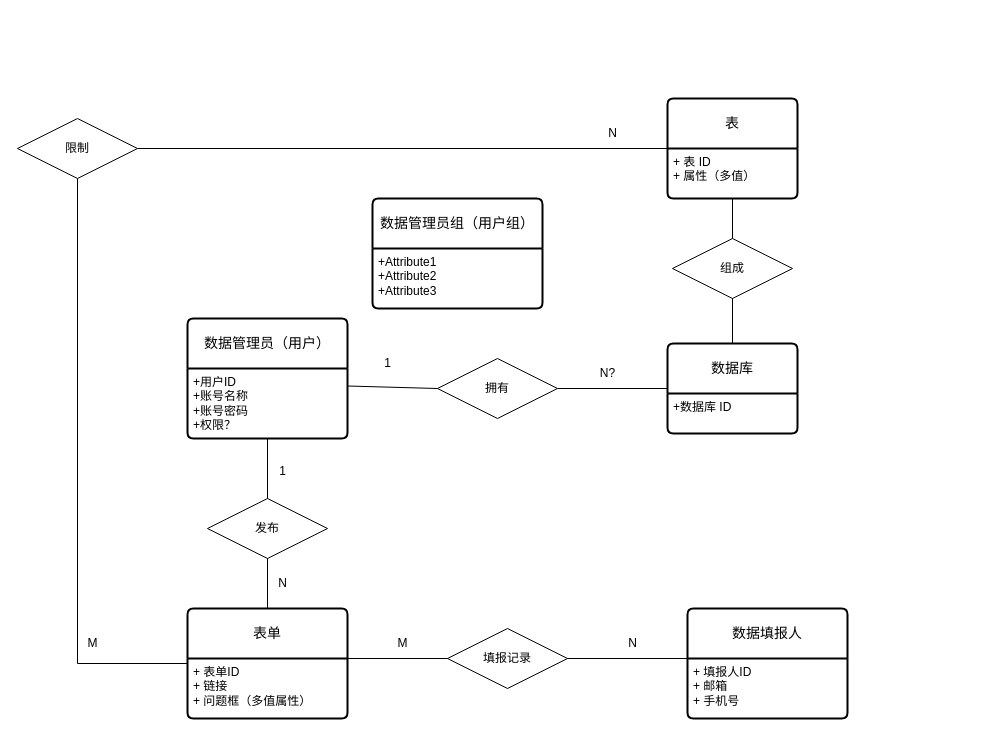
The draw.io diagram 软工课设.drawio in Iaiolk/VerilogCDE, before the edit. Source tidied: cells renumbered, new cells numbered last; positions are measured from the earlier drawing's top-left corner, leaving out a move shared by most shapes. Both pictures are drawn from the tidied source at 100%, with x=0, y=0 at pixel (17, 98).
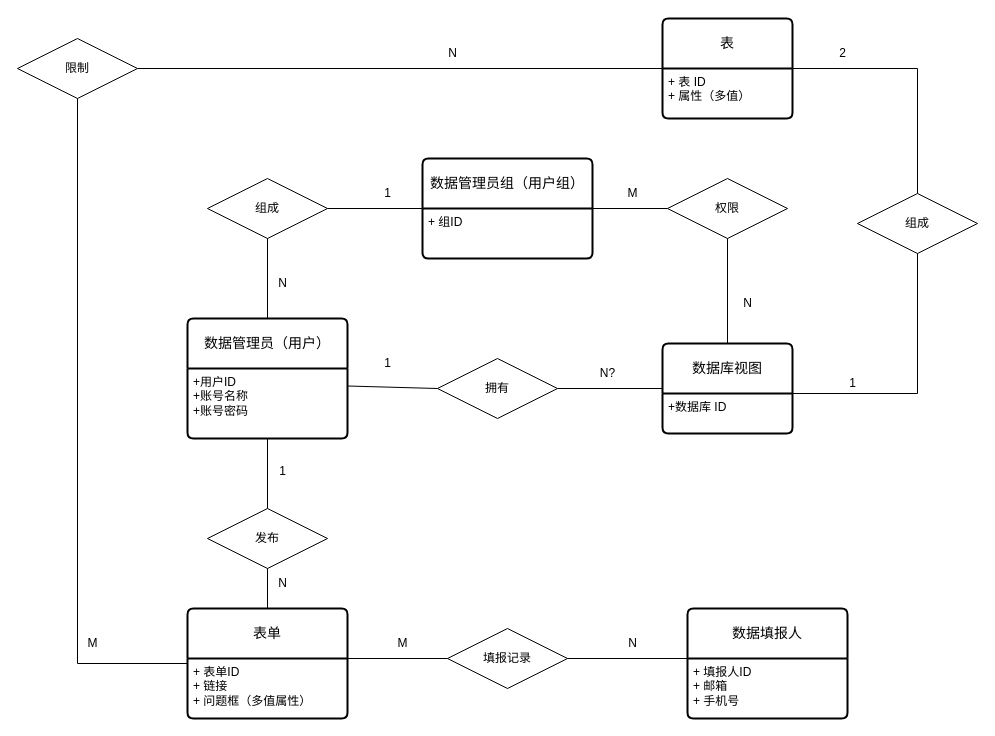
After the change.

Commit message (it also covers changes not shown here):
更新软工课设.drawio

The change refers to these unchanged cells:
```xml
<mxCell id="2" value="数据管理员（用户）" style="swimlane;horizontal=1;startSize=50;rounded=1;fontSize=14;fontStyle=0;strokeWidth=2;shadow=0;dashed=0;align=center;arcSize=4;whiteSpace=wrap;html=1;" parent="1" vertex="1">
  <mxGeometry x="170" y="220" width="160" height="120" as="geometry" />
</mxCell>
<mxCell id="9" value="+数据库 ID" style="align=left;strokeColor=none;fillColor=none;spacingLeft=4;fontSize=12;verticalAlign=top;html=1;" parent="8" vertex="1">
  <mxGeometry y="50" width="130" height="40" as="geometry" />
</mxCell>
<mxCell id="28" value="+ 表 ID&lt;br&gt;+ 属性（多值）" style="align=left;strokeColor=none;fillColor=none;spacingLeft=4;fontSize=12;verticalAlign=top;html=1;" parent="27" vertex="1">
  <mxGeometry y="50" width="130" height="50" as="geometry" />
</mxCell>
```

Diff of the diagram source:
```diff
@@
-    <mxCell id="3" value="+用户ID&lt;br&gt;+账号名称&lt;br&gt;+账号密码&lt;br&gt;+权限？" style="align=left;strokeColor=none;fillColor=none;spacingLeft=4;fontSize=12;verticalAlign=top;html=1;" parent="2" vertex="1">
+    <mxCell id="3" value="+用户ID&lt;br&gt;+账号名称&lt;br&gt;+账号密码" style="align=left;strokeColor=none;fillColor=none;spacingLeft=4;fontSize=12;verticalAlign=top;html=1;" parent="2" vertex="1">
       <mxGeometry y="50" width="160" height="70" as="geometry" />
     </mxCell>
@@
     <mxCell id="6" value="数据管理员组（用户组）" style="swimlane;horizontal=1;startSize=50;rounded=1;fontSize=14;fontStyle=0;strokeWidth=2;shadow=0;dashed=0;align=center;arcSize=4;whiteSpace=wrap;html=1;" parent="1" vertex="1">
-      <mxGeometry x="355" y="100" width="170" height="110" as="geometry" />
+      <mxGeometry x="405" y="60" width="170" height="100" as="geometry" />
     </mxCell>
-    <mxCell id="7" value="+Attribute1&#10;+Attribute2&#10;+Attribute3" style="align=left;strokeColor=none;fillColor=none;spacingLeft=4;fontSize=12;verticalAlign=top;html=1;" parent="6" vertex="1">
-      <mxGeometry y="50" width="170" height="60" as="geometry" />
+    <mxCell id="7" value="+ 组ID" style="align=left;strokeColor=none;fillColor=none;spacingLeft=4;fontSize=12;verticalAlign=top;html=1;" parent="6" vertex="1">
+      <mxGeometry y="50" width="170" height="50" as="geometry" />
     </mxCell>
-    <mxCell id="8" value="数据库" style="swimlane;horizontal=1;startSize=50;rounded=1;fontSize=14;fontStyle=0;strokeWidth=2;shadow=0;dashed=0;align=center;arcSize=4;whiteSpace=wrap;html=1;" parent="1" vertex="1">
-      <mxGeometry x="650" y="245" width="130" height="90" as="geometry" />
+    <mxCell id="8" value="数据库视图" style="swimlane;horizontal=1;startSize=50;rounded=1;fontSize=14;fontStyle=0;strokeWidth=2;shadow=0;dashed=0;align=center;arcSize=4;whiteSpace=wrap;html=1;" parent="1" vertex="1">
+      <mxGeometry x="645" y="245" width="130" height="90" as="geometry" />
     </mxCell>
@@
     <mxCell id="15" value="发布" style="shape=rhombus;perimeter=rhombusPerimeter;whiteSpace=wrap;html=1;align=center;" parent="1" vertex="1">
-      <mxGeometry x="190" y="400" width="120" height="60" as="geometry" />
+      <mxGeometry x="190" y="410" width="120" height="60" as="geometry" />
     </mxCell>
@@
     <mxCell id="27" value="表" style="swimlane;horizontal=1;startSize=50;rounded=1;fontSize=14;fontStyle=0;strokeWidth=2;shadow=0;dashed=0;align=center;arcSize=4;whiteSpace=wrap;html=1;" parent="1" vertex="1">
-      <mxGeometry x="650" width="130" height="100" as="geometry" />
+      <mxGeometry x="645" y="-80" width="130" height="100" as="geometry" />
     </mxCell>
@@
     <mxCell id="29" value="组成" style="shape=rhombus;perimeter=rhombusPerimeter;whiteSpace=wrap;html=1;align=center;" parent="1" vertex="1">
-      <mxGeometry x="655" y="140" width="120" height="60" as="geometry" />
+      <mxGeometry x="840" y="95" width="120" height="60" as="geometry" />
     </mxCell>
-    <mxCell id="30" style="endArrow=none;html=1;rounded=0;exitX=0.5;exitY=1;exitDx=0;exitDy=0;entryX=0.5;entryY=0;entryDx=0;entryDy=0;" parent="1" edge="1" source="29" target="8">
-      <mxGeometry relative="1" as="geometry" />
-    </mxCell>
-    <mxCell id="31" style="endArrow=none;html=1;rounded=0;exitX=0.5;exitY=1;exitDx=0;exitDy=0;entryX=0.5;entryY=0;entryDx=0;entryDy=0;" parent="1" edge="1" source="28" target="29">
-      <mxGeometry relative="1" as="geometry" />
-    </mxCell>
     <mxCell id="32" value="限制" style="shape=rhombus;perimeter=rhombusPerimeter;whiteSpace=wrap;html=1;align=center;" parent="1" vertex="1">
-      <mxGeometry y="20" width="120" height="60" as="geometry" />
+      <mxGeometry y="-60" width="120" height="60" as="geometry" />
     </mxCell>
@@
     <mxCell id="36" value="N" style="text;html=1;align=center;verticalAlign=middle;strokeColor=none;fillColor=none;" parent="1" vertex="1">
-      <mxGeometry x="580" y="20" width="30" height="30" as="geometry" />
+      <mxGeometry x="420" y="-60" width="30" height="30" as="geometry" />
     </mxCell>
+    <mxCell id="31" style="endArrow=none;html=1;rounded=0;exitX=1;exitY=0;exitDx=0;exitDy=0;entryX=0.5;entryY=0;entryDx=0;entryDy=0;" parent="1" edge="1" source="28" target="29">
+      <mxGeometry relative="1" as="geometry">
+        <Array as="points">
+          <mxPoint x="900" y="-30" />
+        </Array>
+      </mxGeometry>
+    </mxCell>
+    <mxCell id="37" style="endArrow=none;html=1;rounded=0;exitX=1;exitY=0;exitDx=0;exitDy=0;entryX=0.5;entryY=1;entryDx=0;entryDy=0;" parent="1" edge="1" source="9" target="29">
+      <mxGeometry relative="1" as="geometry">
+        <Array as="points">
+          <mxPoint x="900" y="295" />
+        </Array>
+      </mxGeometry>
+    </mxCell>
+    <mxCell id="38" value="组成" style="shape=rhombus;perimeter=rhombusPerimeter;whiteSpace=wrap;html=1;align=center;" parent="1" vertex="1">
+      <mxGeometry x="190" y="80" width="120" height="60" as="geometry" />
+    </mxCell>
+    <mxCell id="39" style="endArrow=none;html=1;rounded=0;exitX=1;exitY=0.5;exitDx=0;exitDy=0;entryX=0;entryY=0;entryDx=0;entryDy=0;" parent="1" edge="1" source="38" target="7">
+      <mxGeometry relative="1" as="geometry" />
+    </mxCell>
+    <mxCell id="40" style="endArrow=none;html=1;rounded=0;exitX=0.5;exitY=0;exitDx=0;exitDy=0;entryX=0.5;entryY=1;entryDx=0;entryDy=0;" parent="1" edge="1" source="2" target="38">
+      <mxGeometry relative="1" as="geometry" />
+    </mxCell>
+    <mxCell id="41" value="1" style="text;html=1;align=center;verticalAlign=middle;strokeColor=none;fillColor=none;" parent="1" vertex="1">
+      <mxGeometry x="355" y="80" width="30" height="30" as="geometry" />
+    </mxCell>
+    <mxCell id="42" value="N" style="text;html=1;align=center;verticalAlign=middle;strokeColor=none;fillColor=none;" parent="1" vertex="1">
+      <mxGeometry x="250" y="170" width="30" height="30" as="geometry" />
+    </mxCell>
+    <mxCell id="43" value="权限" style="shape=rhombus;perimeter=rhombusPerimeter;whiteSpace=wrap;html=1;align=center;" parent="1" vertex="1">
+      <mxGeometry x="650" y="80" width="120" height="60" as="geometry" />
+    </mxCell>
+    <mxCell id="44" style="endArrow=none;html=1;rounded=0;exitX=1;exitY=0;exitDx=0;exitDy=0;entryX=0;entryY=0.5;entryDx=0;entryDy=0;" parent="1" edge="1" source="7" target="43">
+      <mxGeometry relative="1" as="geometry" />
+    </mxCell>
+    <mxCell id="45" style="endArrow=none;html=1;rounded=0;exitX=0.5;exitY=1;exitDx=0;exitDy=0;entryX=0.5;entryY=0;entryDx=0;entryDy=0;" parent="1" edge="1" source="43" target="8">
+      <mxGeometry relative="1" as="geometry" />
+    </mxCell>
+    <mxCell id="46" value="M" style="text;html=1;align=center;verticalAlign=middle;strokeColor=none;fillColor=none;" parent="1" vertex="1">
+      <mxGeometry x="600" y="80" width="30" height="30" as="geometry" />
+    </mxCell>
+    <mxCell id="47" value="N" style="text;html=1;align=center;verticalAlign=middle;strokeColor=none;fillColor=none;" parent="1" vertex="1">
+      <mxGeometry x="715" y="190" width="30" height="30" as="geometry" />
+    </mxCell>
+    <mxCell id="48" value="1" style="text;html=1;align=center;verticalAlign=middle;strokeColor=none;fillColor=none;" parent="1" vertex="1">
+      <mxGeometry x="820" y="270" width="30" height="30" as="geometry" />
+    </mxCell>
+    <mxCell id="49" value="2" style="text;html=1;align=center;verticalAlign=middle;strokeColor=none;fillColor=none;" parent="1" vertex="1">
+      <mxGeometry x="810" y="-60" width="30" height="30" as="geometry" />
+    </mxCell>
```
